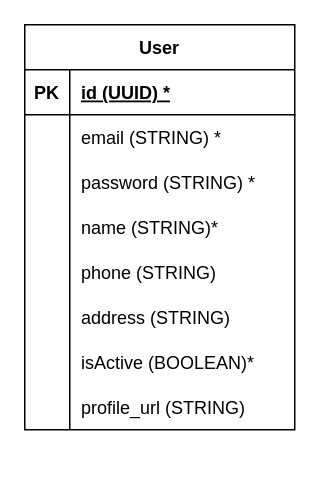
Above: ERD/ecommerce.drawio in adrian120401/ecommerce-sample (draw.io), before the change. Source tidied: cells renumbered, new cells numbered last; positions are measured from the earlier drawing's top-left corner, leaving out a move shared by most shapes. Both pictures are drawn from the tidied source at 150%, with x=0, y=0 at pixel (24, 24).
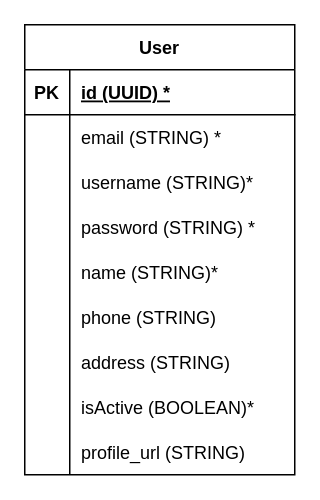
The same page after the edit.

What changed in the source:
```diff
@@
     <mxCell id="2" value="User" style="shape=table;startSize=30;childLayout=tableLayout;rowLines=0;fontStyle=1;align=center;" parent="1" vertex="1">
-      <mxGeometry width="180" height="270" as="geometry" />
+      <mxGeometry width="180" height="300" as="geometry" />
     </mxCell>
@@
+    <mxCell id="27" style="shape=tableRow;horizontal=0;startSize=0;swimlaneHead=0;swimlaneBody=0;fillColor=none;top=0;left=0;right=0;bottom=0;" parent="2" vertex="1">
+      <mxGeometry y="90" width="180" height="30" as="geometry" />
+    </mxCell>
+    <mxCell id="28" style="shape=partialRectangle;fillColor=none;top=0;left=0;bottom=0;right=0;overflow=hidden;" parent="27" vertex="1">
+      <mxGeometry width="30" height="30" as="geometry" />
+    </mxCell>
+    <mxCell id="29" value="username (STRING)*" style="shape=partialRectangle;fillColor=none;top=0;left=0;bottom=0;right=0;align=left;spacingLeft=6;overflow=hidden;" parent="27" vertex="1">
+      <mxGeometry x="30" width="150" height="30" as="geometry" />
+    </mxCell>
     <mxCell id="9" style="shape=tableRow;horizontal=0;startSize=0;swimlaneHead=0;swimlaneBody=0;fillColor=none;top=0;left=0;right=0;bottom=0;" parent="2" vertex="1">
-      <mxGeometry y="90" width="180" height="30" as="geometry" />
+      <mxGeometry y="120" width="180" height="30" as="geometry" />
     </mxCell>
@@
     <mxCell id="12" style="shape=tableRow;horizontal=0;startSize=0;swimlaneHead=0;swimlaneBody=0;fillColor=none;top=0;left=0;right=0;bottom=0;" parent="2" vertex="1">
-      <mxGeometry y="120" width="180" height="30" as="geometry" />
+      <mxGeometry y="150" width="180" height="30" as="geometry" />
     </mxCell>
@@
     <mxCell id="15" style="shape=tableRow;horizontal=0;startSize=0;swimlaneHead=0;swimlaneBody=0;fillColor=none;top=0;left=0;right=0;bottom=0;" parent="2" vertex="1">
-      <mxGeometry y="150" width="180" height="30" as="geometry" />
+      <mxGeometry y="180" width="180" height="30" as="geometry" />
     </mxCell>
@@
     <mxCell id="18" style="shape=tableRow;horizontal=0;startSize=0;swimlaneHead=0;swimlaneBody=0;fillColor=none;top=0;left=0;right=0;bottom=0;" parent="2" vertex="1">
-      <mxGeometry y="180" width="180" height="30" as="geometry" />
+      <mxGeometry y="210" width="180" height="30" as="geometry" />
     </mxCell>
@@
     <mxCell id="21" style="shape=tableRow;horizontal=0;startSize=0;swimlaneHead=0;swimlaneBody=0;fillColor=none;top=0;left=0;right=0;bottom=0;" parent="2" vertex="1">
-      <mxGeometry y="210" width="180" height="30" as="geometry" />
+      <mxGeometry y="240" width="180" height="30" as="geometry" />
     </mxCell>
@@
     <mxCell id="24" style="shape=tableRow;horizontal=0;startSize=0;swimlaneHead=0;swimlaneBody=0;fillColor=none;top=0;left=0;right=0;bottom=0;" parent="2" vertex="1">
-      <mxGeometry y="240" width="180" height="30" as="geometry" />
+      <mxGeometry y="270" width="180" height="30" as="geometry" />
     </mxCell>
```
